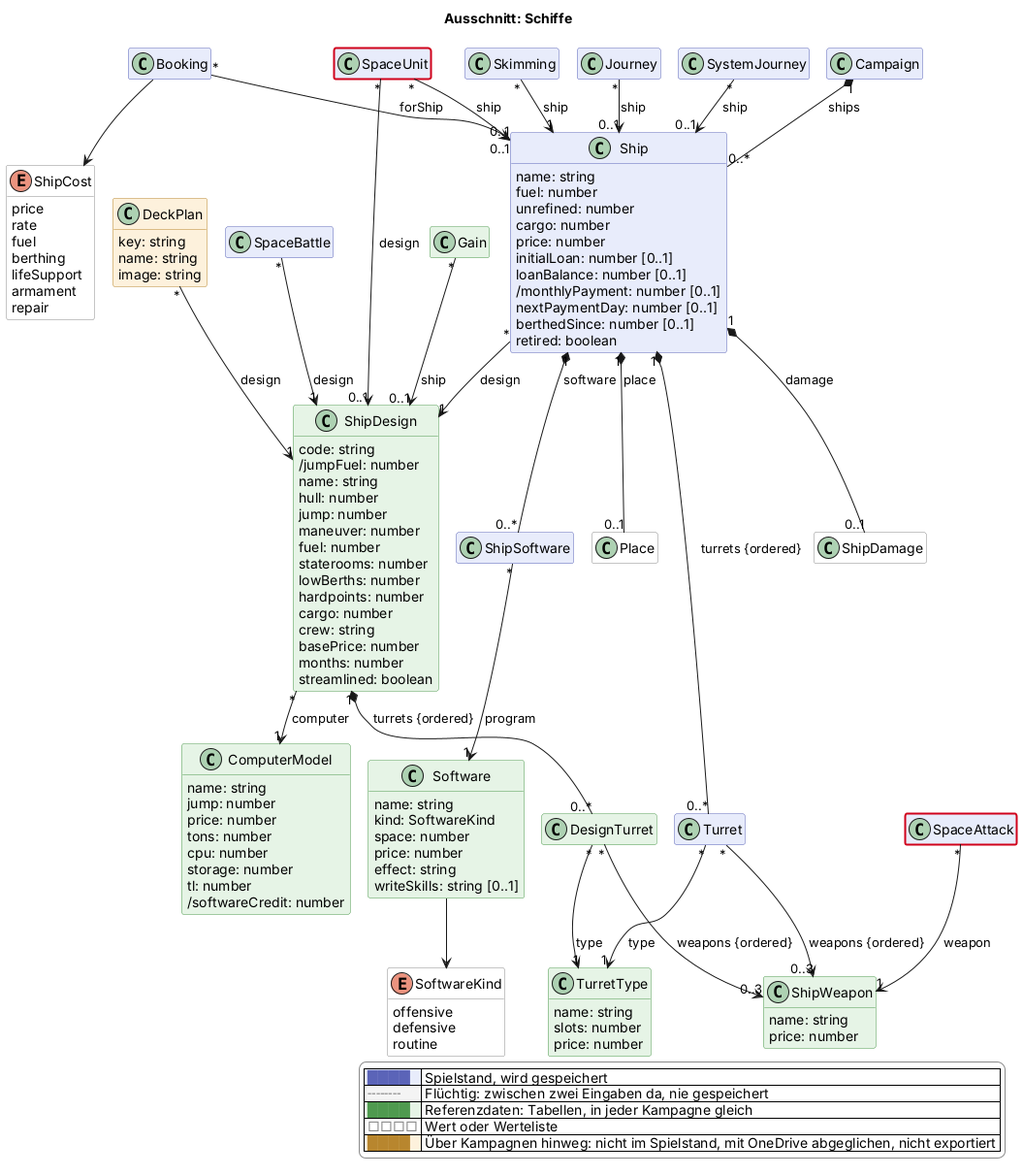
Before: docs/views/schiffe.png, a diagram exported from PlantUML (scuzzar/SRE).
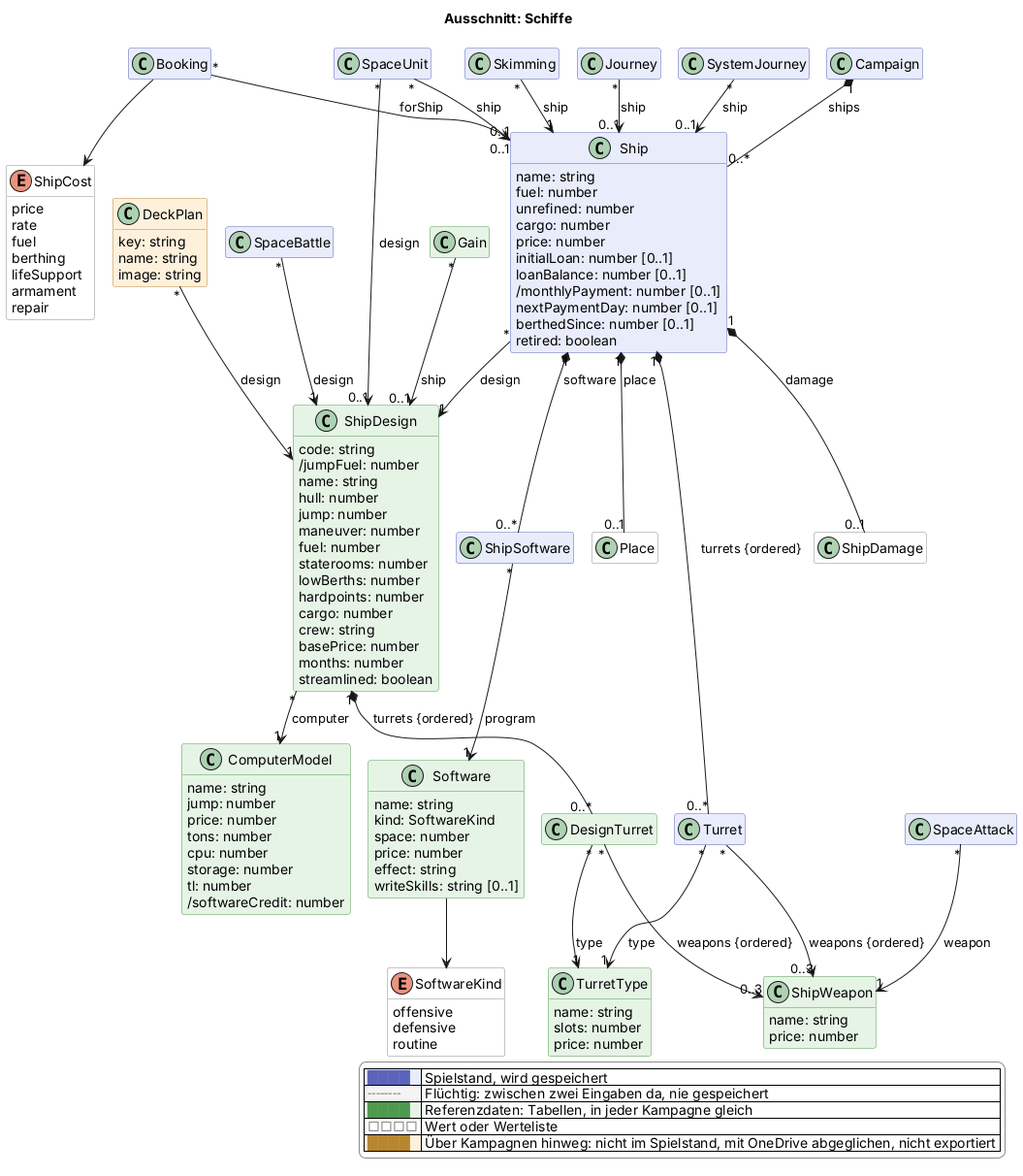
After the commit.

Diff of the diagram source:
```diff
@@ -219,6 +219,4 @@
   |<#ffffff> <color:#8a8a8a>□□□□</color> | Wert oder Werteliste |
   |<#fdf1dc> <color:#b8862e>████</color> | Über Kampagnen hinweg: nicht im Spielstand, mit OneDrive abgeglichen, nicht exportiert |
 endlegend
-class SpaceAttack #line:d0021b;line.bold
-class SpaceUnit #line:d0021b;line.bold
 @enduml
```
